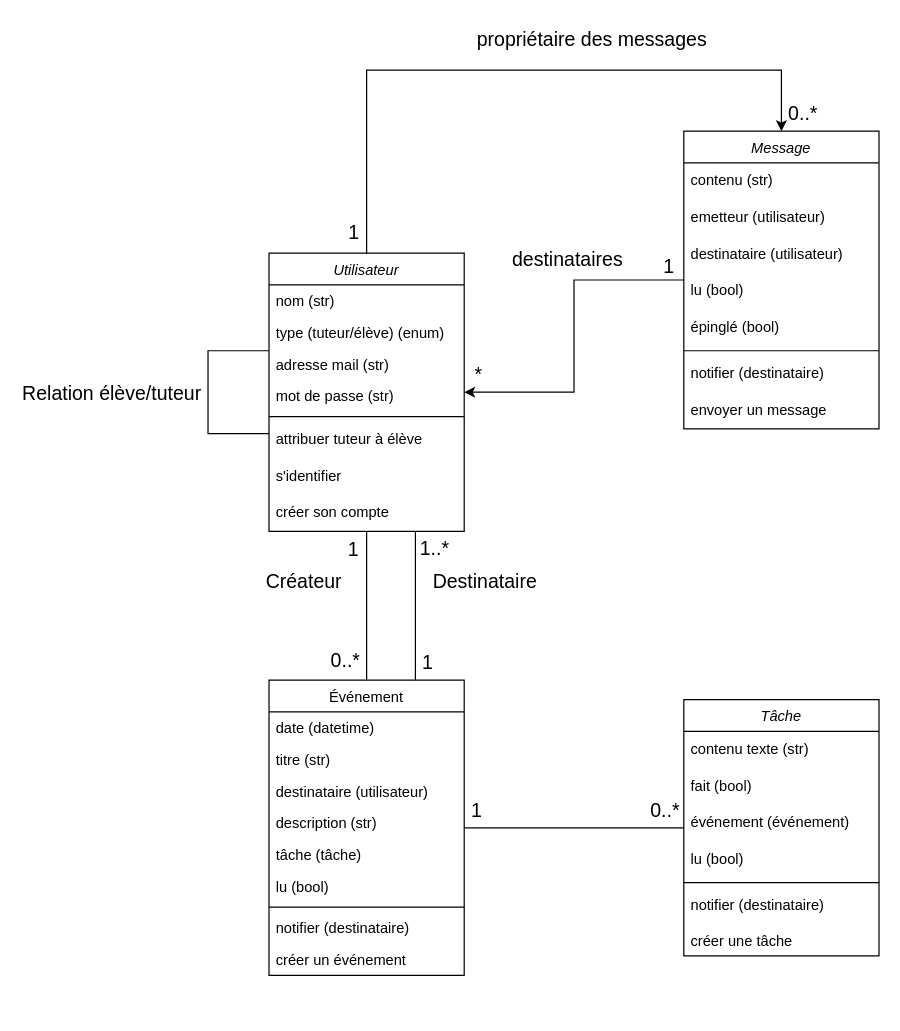
AlyxEugenot/OC-Courses keeps this draw.io diagram as OC3-UML-Homeskolar-class-diag.drawio. Above is the earlier version. Source tidied: cells renumbered, new cells numbered last; positions are measured from the earlier drawing's top-left corner, leaving out a move shared by most shapes. Both pictures are drawn from the tidied source at 122%, with x=0, y=0 at pixel (207, 21).
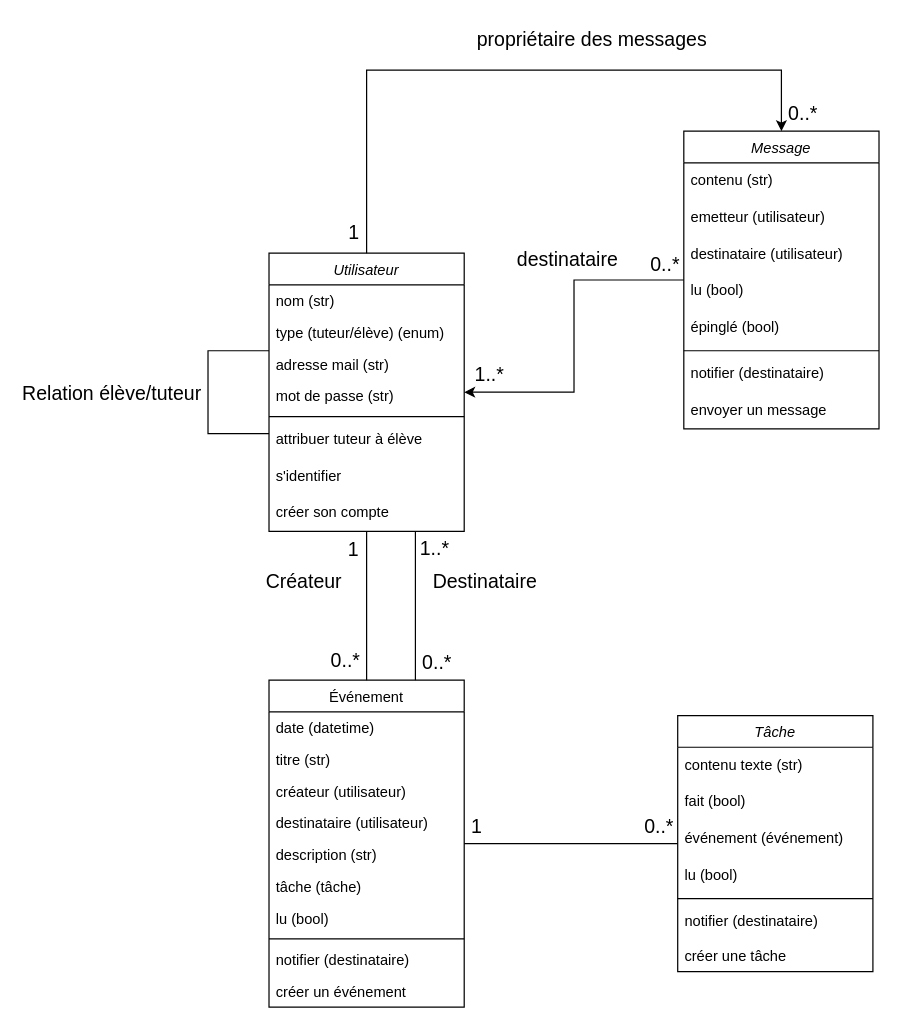
The same diagram, later.

Change to the diagram source:
```diff
@@
     <mxCell id="11" value="Événement" style="swimlane;fontStyle=0;align=center;verticalAlign=top;horizontal=1;startSize=26;rounded=0;shadow=0;strokeWidth=1;" parent="1" vertex="1">
-      <mxGeometry x="50" y="540" width="160" height="242" as="geometry" />
+      <mxGeometry x="50" y="540" width="160" height="268" as="geometry" />
     </mxCell>
@@
+    <mxCell id="59" value="créateur (utilisateur)" style="text;align=left;verticalAlign=top;spacingLeft=4;spacingRight=4;overflow=hidden;rounded=0;shadow=0;html=0;" parent="11" vertex="1">
+      <mxGeometry y="78" width="160" height="26" as="geometry" />
+    </mxCell>
     <mxCell id="14" value="destinataire (utilisateur)" style="text;align=left;verticalAlign=top;spacingLeft=4;spacingRight=4;overflow=hidden;rounded=0;shadow=0;html=0;" parent="11" vertex="1">
-      <mxGeometry y="78" width="160" height="26" as="geometry" />
+      <mxGeometry y="104" width="160" height="26" as="geometry" />
     </mxCell>
     <mxCell id="15" value="description (str)" style="text;align=left;verticalAlign=top;spacingLeft=4;spacingRight=4;overflow=hidden;rounded=0;shadow=0;html=0;" parent="11" vertex="1">
-      <mxGeometry y="104" width="160" height="26" as="geometry" />
+      <mxGeometry y="130" width="160" height="26" as="geometry" />
     </mxCell>
     <mxCell id="16" value="tâche (tâche)" style="text;align=left;verticalAlign=top;spacingLeft=4;spacingRight=4;overflow=hidden;rounded=0;shadow=0;html=0;" parent="11" vertex="1">
-      <mxGeometry y="130" width="160" height="26" as="geometry" />
+      <mxGeometry y="156" width="160" height="26" as="geometry" />
     </mxCell>
     <mxCell id="17" value="lu (bool)" style="text;align=left;verticalAlign=top;spacingLeft=4;spacingRight=4;overflow=hidden;rounded=0;shadow=0;html=0;" parent="11" vertex="1">
-      <mxGeometry y="156" width="160" height="26" as="geometry" />
+      <mxGeometry y="182" width="160" height="26" as="geometry" />
     </mxCell>
     <mxCell id="18" style="line;strokeWidth=1;fillColor=none;align=left;verticalAlign=middle;spacingTop=-1;spacingLeft=3;spacingRight=3;labelPosition=right;strokeColor=inherit;" parent="11" vertex="1">
-      <mxGeometry y="182" width="160" height="8" as="geometry" />
+      <mxGeometry y="208" width="160" height="8" as="geometry" />
     </mxCell>
     <mxCell id="19" value="notifier (destinataire)" style="text;align=left;verticalAlign=top;spacingLeft=4;spacingRight=4;overflow=hidden;rounded=0;shadow=0;html=0;" parent="11" vertex="1">
-      <mxGeometry y="190" width="160" height="26" as="geometry" />
+      <mxGeometry y="216" width="160" height="26" as="geometry" />
     </mxCell>
     <mxCell id="20" value="créer un événement" style="text;align=left;verticalAlign=top;spacingLeft=4;spacingRight=4;overflow=hidden;rounded=0;shadow=0;html=0;" parent="11" vertex="1">
-      <mxGeometry y="216" width="160" height="26" as="geometry" />
+      <mxGeometry y="242" width="160" height="26" as="geometry" />
     </mxCell>
@@
     <mxCell id="31" value="Tâche" style="swimlane;fontStyle=2;align=center;verticalAlign=top;horizontal=1;startSize=26;rounded=0;shadow=0;strokeWidth=1;" parent="1" vertex="1">
-      <mxGeometry x="390" y="556" width="160" height="210" as="geometry" />
+      <mxGeometry x="385" y="569" width="160" height="210" as="geometry" />
     </mxCell>
@@
-    <mxCell id="48" value="*" style="edgeLabel;html=1;align=left;verticalAlign=bottom;fontSize=16;" parent="1" vertex="1">
+    <mxCell id="48" value="1..*" style="edgeLabel;html=1;align=left;verticalAlign=bottom;fontSize=16;" parent="1" vertex="1">
       <mxGeometry x="217" y="300" as="geometry" />
     </mxCell>
@@
-    <mxCell id="56" value="1" style="text;html=1;align=center;verticalAlign=middle;whiteSpace=wrap;rounded=0;fontSize=16;" parent="1" vertex="1">
-      <mxGeometry x="368" y="186" width="20" height="30" as="geometry" />
+    <mxCell id="56" value="0..*" style="text;html=1;align=center;verticalAlign=middle;whiteSpace=wrap;rounded=0;fontSize=16;" parent="1" vertex="1">
+      <mxGeometry x="365" y="184" width="20" height="30" as="geometry" />
     </mxCell>
-    <mxCell id="57" value="destinataires" style="text;html=1;align=center;verticalAlign=middle;whiteSpace=wrap;rounded=0;fontSize=16;" parent="1" vertex="1">
+    <mxCell id="57" value="destinataire" style="text;html=1;align=center;verticalAlign=middle;whiteSpace=wrap;rounded=0;fontSize=16;" parent="1" vertex="1">
       <mxGeometry x="240" y="180" width="110" height="30" as="geometry" />
     </mxCell>
-    <mxCell id="58" value="1" style="edgeLabel;html=1;align=left;verticalAlign=bottom;fontSize=16;" parent="1" vertex="1">
+    <mxCell id="58" value="0..*" style="edgeLabel;html=1;align=left;verticalAlign=bottom;fontSize=16;" parent="1" vertex="1">
       <mxGeometry x="174" y="536" as="geometry" />
     </mxCell>
```
